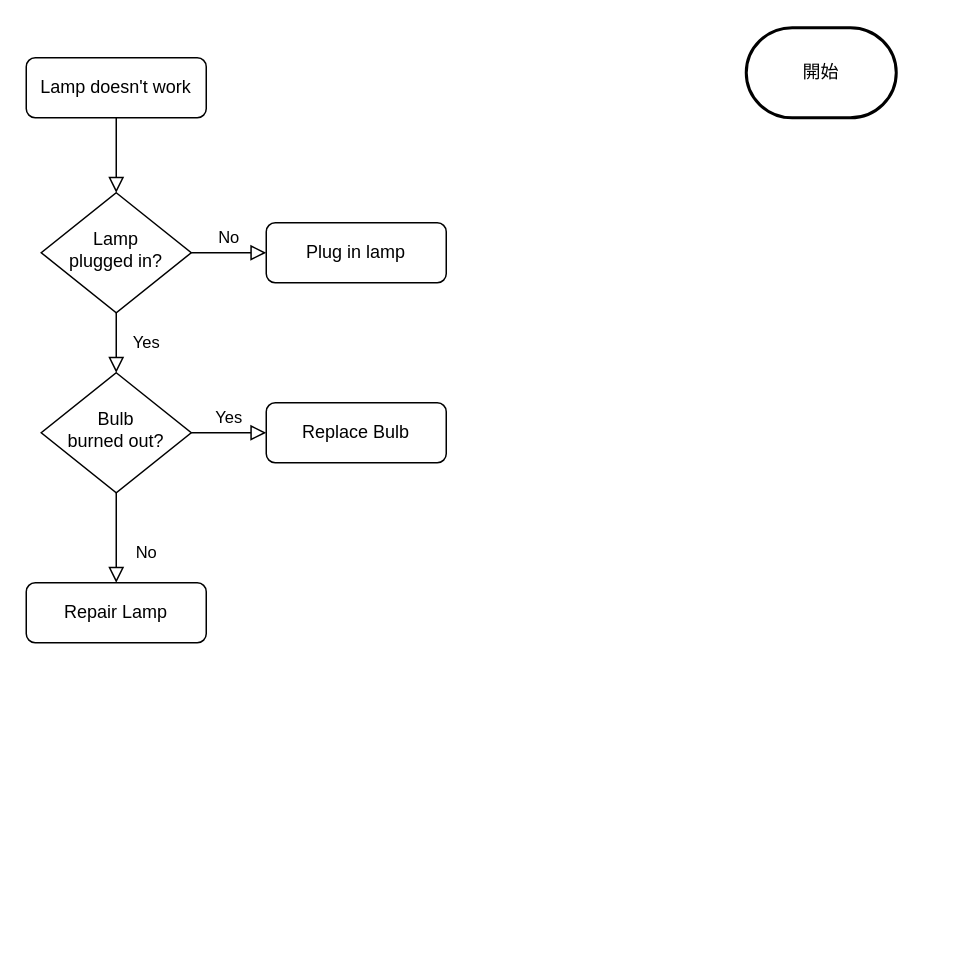
Before: chart/名称未設定ファイル.drawio in emblem333/flowchart, a draw.io diagram. Source tidied: cells renumbered, new cells numbered last; positions are measured from the earlier drawing's top-left corner, leaving out a move shared by most shapes. Both pictures are drawn from the tidied source at 150%, with x=0, y=0 at pixel (26, 27).
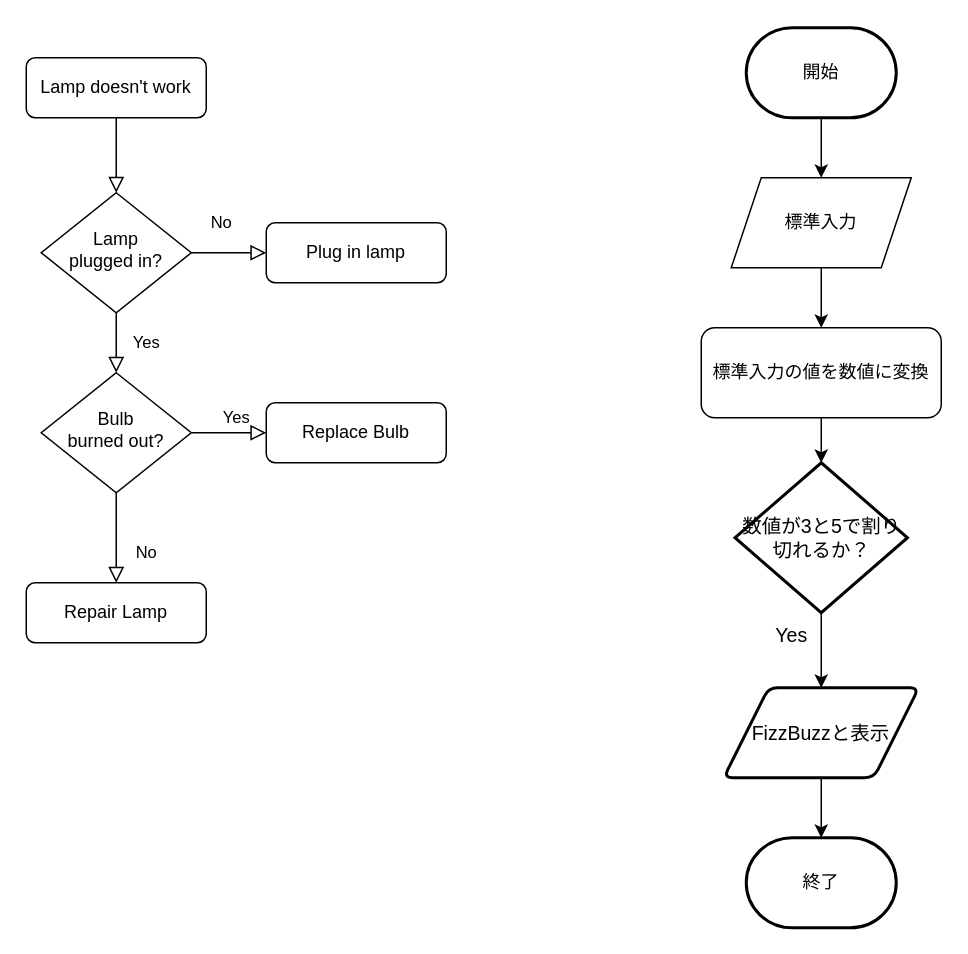
The same diagram, later.

Commit message (it also covers changes not shown here):
名称未設定ファイル.drawio を更新します

The change refers to these unchanged cells:
```xml
<mxCell id="6" value="Lamp&lt;br&gt;plugged in?" style="rhombus;whiteSpace=wrap;html=1;shadow=0;fontFamily=Helvetica;fontSize=12;align=center;strokeWidth=1;spacing=6;spacingTop=-4;" parent="1" vertex="1">
  <mxGeometry x="10" y="110" width="100" height="80" as="geometry" />
</mxCell>
<mxCell id="7" value="Plug in lamp" style="rounded=1;whiteSpace=wrap;html=1;fontSize=12;glass=0;strokeWidth=1;shadow=0;" parent="1" vertex="1">
  <mxGeometry x="160" y="130" width="120" height="40" as="geometry" />
</mxCell>
<mxCell id="10" value="Bulb&lt;br&gt;burned out?" style="rhombus;whiteSpace=wrap;html=1;shadow=0;fontFamily=Helvetica;fontSize=12;align=center;strokeWidth=1;spacing=6;spacingTop=-4;" parent="1" vertex="1">
  <mxGeometry x="10" y="230" width="100" height="80" as="geometry" />
</mxCell>
<mxCell id="12" value="Replace Bulb" style="rounded=1;whiteSpace=wrap;html=1;fontSize=12;glass=0;strokeWidth=1;shadow=0;" parent="1" vertex="1">
  <mxGeometry x="160" y="250" width="120" height="40" as="geometry" />
</mxCell>
<mxCell id="13" value="開始" style="strokeWidth=2;html=1;shape=mxgraph.flowchart.terminator;whiteSpace=wrap;" parent="1" vertex="1">
  <mxGeometry x="480" width="100" height="60" as="geometry" />
</mxCell>
```

Change to the diagram source:
```diff
@@
     <mxCell id="5" value="No" style="edgeStyle=orthogonalEdgeStyle;rounded=0;html=1;jettySize=auto;fontSize=11;endArrow=block;endFill=0;endSize=8;strokeWidth=1;shadow=0;labelBackgroundColor=none;" parent="1" edge="1" source="6" target="7">
-      <mxGeometry y="10" relative="1" as="geometry" />
+      <mxGeometry x="-0.2" y="20" relative="1" as="geometry" />
     </mxCell>
@@
     <mxCell id="9" value="Yes" style="edgeStyle=orthogonalEdgeStyle;rounded=0;html=1;jettySize=auto;fontSize=11;endArrow=block;endFill=0;endSize=8;strokeWidth=1;shadow=0;labelBackgroundColor=none;" parent="1" edge="1" source="10" target="12">
-      <mxGeometry y="10" relative="1" as="geometry" />
+      <mxGeometry x="0.2" y="10" relative="1" as="geometry" />
     </mxCell>
@@
+    <mxCell id="14" style="edgeStyle=orthogonalEdgeStyle;rounded=0;jettySize=auto;html=1;" parent="1" edge="1" source="13" target="17">
+      <mxGeometry relative="1" as="geometry" />
+    </mxCell>
@@
+    <mxCell id="15" style="rounded=0;jettySize=auto;html=1;strokeColor=default;" parent="1" edge="1" source="17">
+      <mxGeometry relative="1" as="geometry">
+        <mxPoint x="530" y="150" as="targetPoint" />
+      </mxGeometry>
+    </mxCell>
+    <mxCell id="16" style="edgeStyle=none;rounded=0;jettySize=auto;html=1;strokeColor=default;" parent="1" edge="1" source="17" target="19">
+      <mxGeometry relative="1" as="geometry" />
+    </mxCell>
+    <mxCell id="17" value="標準入力" style="shape=parallelogram;perimeter=parallelogramPerimeter;whiteSpace=wrap;html=1;fixedSize=1;" parent="1" vertex="1">
+      <mxGeometry x="470" y="100" width="120" height="60" as="geometry" />
+    </mxCell>
+    <mxCell id="18" style="edgeStyle=none;rounded=0;jettySize=auto;html=1;strokeColor=default;fontSize=13;" parent="1" edge="1" source="19" target="21">
+      <mxGeometry relative="1" as="geometry" />
+    </mxCell>
+    <mxCell id="19" value="標準入力の値を数値に変換" style="rounded=1;whiteSpace=wrap;html=1;" parent="1" vertex="1">
+      <mxGeometry x="450" y="200" width="160" height="60" as="geometry" />
+    </mxCell>
+    <mxCell id="20" style="edgeStyle=none;rounded=0;jettySize=auto;html=1;strokeColor=default;fontSize=13;" parent="1" edge="1" source="21" target="23">
+      <mxGeometry relative="1" as="geometry" />
+    </mxCell>
+    <mxCell id="21" value="&lt;font style=&quot;font-size: 13px;&quot;&gt;数値が3と5で割り切れるか？&lt;/font&gt;" style="strokeWidth=2;html=1;shape=mxgraph.flowchart.decision;whiteSpace=wrap;" parent="1" vertex="1">
+      <mxGeometry x="472.5" y="290" width="115" height="100" as="geometry" />
+    </mxCell>
+    <mxCell id="22" style="edgeStyle=none;rounded=0;jettySize=auto;html=1;strokeColor=default;fontSize=13;" parent="1" edge="1" source="23" target="25">
+      <mxGeometry relative="1" as="geometry" />
+    </mxCell>
+    <mxCell id="23" value="FizzBuzzと表示" style="shape=parallelogram;html=1;strokeWidth=2;perimeter=parallelogramPerimeter;whiteSpace=wrap;rounded=1;arcSize=12;size=0.23;fontSize=13;" parent="1" vertex="1">
+      <mxGeometry x="465" y="440" width="130" height="60" as="geometry" />
+    </mxCell>
+    <mxCell id="24" value="Yes" style="text;html=1;align=center;verticalAlign=middle;strokeColor=none;fillColor=none;fontSize=13;" parent="1" vertex="1">
+      <mxGeometry x="490" y="390" width="40" height="30" as="geometry" />
+    </mxCell>
+    <mxCell id="25" value="終了" style="strokeWidth=2;html=1;shape=mxgraph.flowchart.terminator;whiteSpace=wrap;" parent="1" vertex="1">
+      <mxGeometry x="480" y="540" width="100" height="60" as="geometry" />
+    </mxCell>
```
